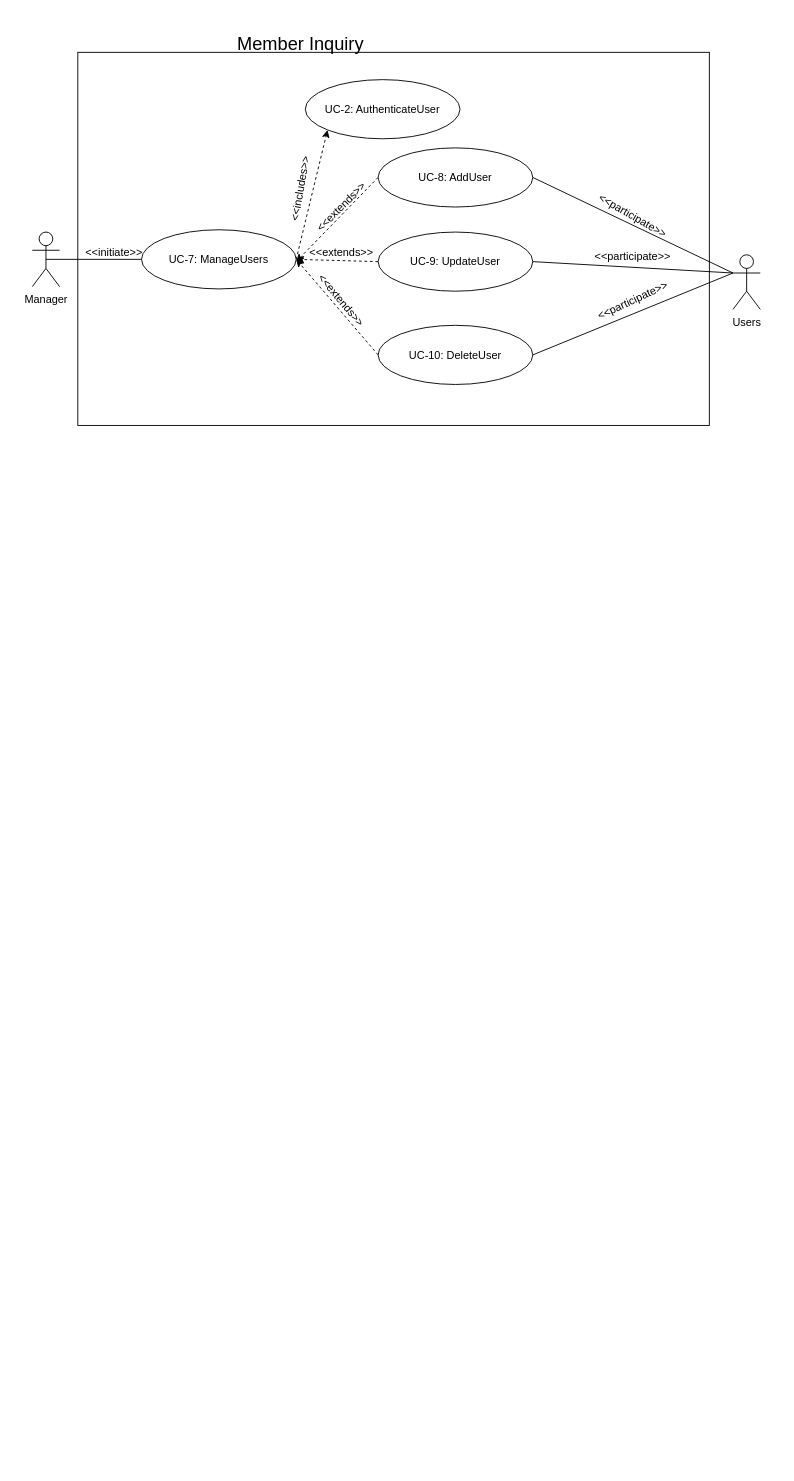
Earlier version of the draw.io diagram docs/SubgroupB_management/usecase/usecaseuml.drawio (cau-sw-engineering-2021/online-pizza-ordering-system). Source tidied: cells renumbered, new cells numbered last; positions are measured from the earlier drawing's top-left corner, leaving out a move shared by most shapes. Both pictures are drawn from the tidied source at 91%, with x=0, y=0 at pixel (32, 15).
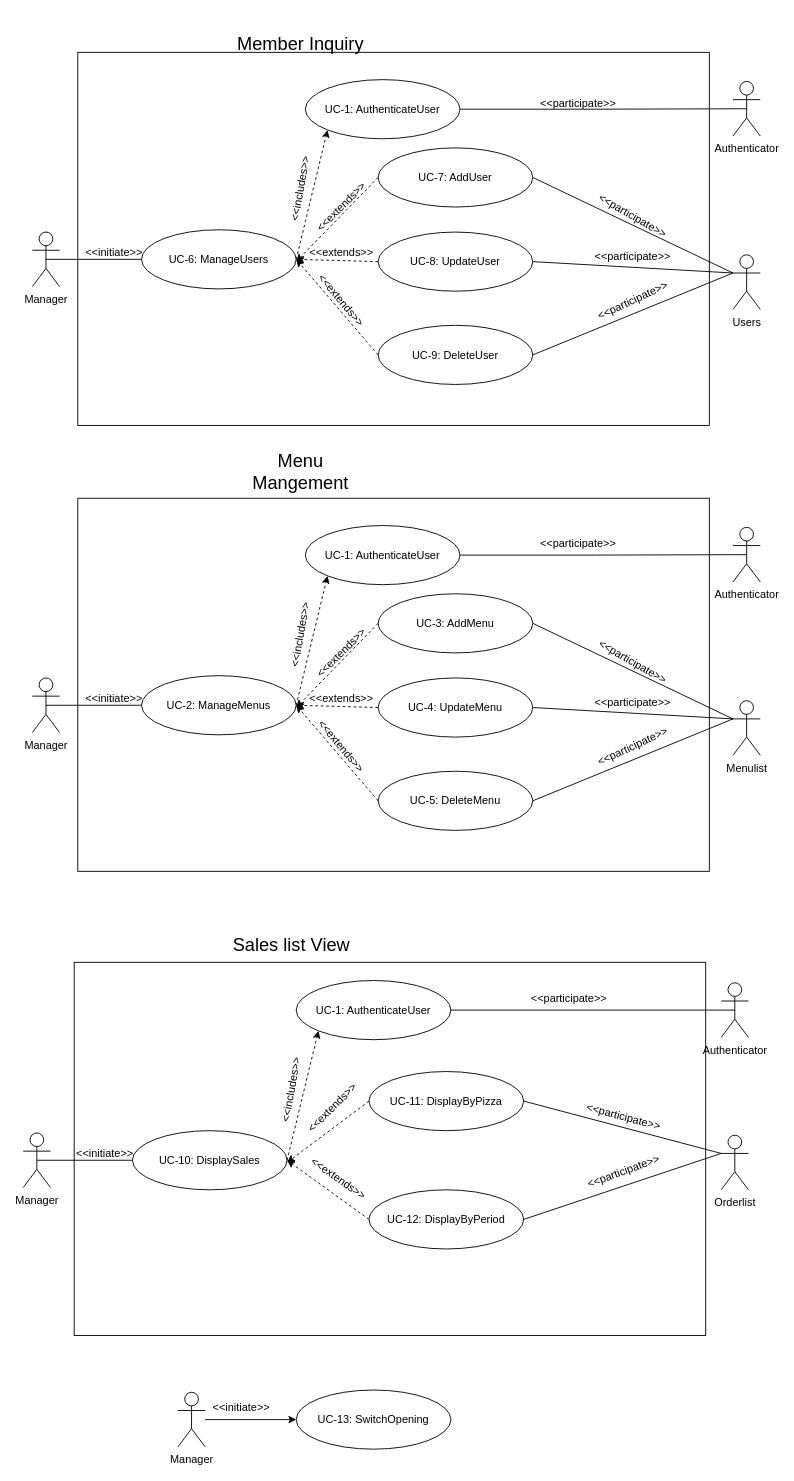
After the change.

Commit message (it also covers changes not shown here):
Update Use case number and merge files

Diff of the diagram source:
```diff
@@
-    <mxCell id="6" value="UC-7: ManageUsers" style="ellipse;whiteSpace=wrap;html=1;" parent="1" vertex="1">
+    <mxCell id="6" value="UC-6: ManageUsers" style="ellipse;whiteSpace=wrap;html=1;" parent="1" vertex="1">
       <mxGeometry x="120" y="235" width="170" height="65" as="geometry" />
     </mxCell>
+    <mxCell id="27" style="edgeStyle=orthogonalEdgeStyle;rounded=0;jettySize=auto;html=1;exitX=1;exitY=0.5;exitDx=0;exitDy=0;entryX=0.5;entryY=0.5;entryDx=0;entryDy=0;entryPerimeter=0;endArrow=none;endFill=0;" parent="1" edge="1" source="7" target="28">
+      <mxGeometry relative="1" as="geometry" />
+    </mxCell>
-    <mxCell id="7" value="UC-2: AuthenticateUser" style="ellipse;whiteSpace=wrap;html=1;" parent="1" vertex="1">
+    <mxCell id="7" value="UC-1: AuthenticateUser" style="ellipse;whiteSpace=wrap;html=1;" parent="1" vertex="1">
       <mxGeometry x="300" y="70" width="170" height="65" as="geometry" />
     </mxCell>
-    <mxCell id="8" value="UC-8: AddUser" style="ellipse;whiteSpace=wrap;html=1;" parent="1" vertex="1">
+    <mxCell id="8" value="UC-7: AddUser" style="ellipse;whiteSpace=wrap;html=1;" parent="1" vertex="1">
       <mxGeometry x="380" y="145" width="170" height="65" as="geometry" />
     </mxCell>
-    <mxCell id="9" value="UC-9: UpdateUser" style="ellipse;whiteSpace=wrap;html=1;" parent="1" vertex="1">
+    <mxCell id="9" value="UC-8: UpdateUser" style="ellipse;whiteSpace=wrap;html=1;" parent="1" vertex="1">
       <mxGeometry x="380" y="237.5" width="170" height="65" as="geometry" />
     </mxCell>
-    <mxCell id="10" value="UC-10: DeleteUser" style="ellipse;whiteSpace=wrap;html=1;" parent="1" vertex="1">
+    <mxCell id="10" value="UC-9: DeleteUser" style="ellipse;whiteSpace=wrap;html=1;" parent="1" vertex="1">
       <mxGeometry x="380" y="340" width="170" height="65" as="geometry" />
     </mxCell>
@@
+    <mxCell id="28" value="Authenticator" style="shape=umlActor;verticalLabelPosition=bottom;verticalAlign=top;html=1;outlineConnect=0;" parent="1" vertex="1">
+      <mxGeometry x="770" y="72" width="30" height="60" as="geometry" />
+    </mxCell>
+    <mxCell id="29" value="&amp;lt;&amp;lt;participate&amp;gt;&amp;gt;" style="text;html=1;strokeColor=none;fillColor=none;align=center;verticalAlign=middle;whiteSpace=wrap;rounded=0;rotation=0;" parent="1" vertex="1">
+      <mxGeometry x="580" y="87" width="40" height="20" as="geometry" />
+    </mxCell>
+    <mxCell id="30" value="Manager" style="shape=umlActor;verticalLabelPosition=bottom;verticalAlign=top;html=1;outlineConnect=0;" parent="1" vertex="1">
+      <mxGeometry y="727.5" width="30" height="60" as="geometry" />
+    </mxCell>
+    <mxCell id="31" value="Menulist" style="shape=umlActor;verticalLabelPosition=bottom;verticalAlign=top;html=1;outlineConnect=0;" parent="1" vertex="1">
+      <mxGeometry x="770" y="752.5" width="30" height="60" as="geometry" />
+    </mxCell>
+    <mxCell id="32" style="rounded=0;whiteSpace=wrap;html=1;" parent="1" vertex="1">
+      <mxGeometry x="50" y="530" width="694" height="410" as="geometry" />
+    </mxCell>
+    <mxCell id="33" value="&lt;span style=&quot;font-size: 20px&quot;&gt;Menu Mangement&lt;/span&gt;" style="text;html=1;strokeColor=none;fillColor=none;align=center;verticalAlign=middle;whiteSpace=wrap;rounded=0;" parent="1" vertex="1">
+      <mxGeometry x="220" y="470" width="150" height="60" as="geometry" />
+    </mxCell>
+    <mxCell id="34" value="UC-2: ManageMenus" style="ellipse;whiteSpace=wrap;html=1;" parent="1" vertex="1">
+      <mxGeometry x="120" y="725" width="170" height="65" as="geometry" />
+    </mxCell>
+    <mxCell id="35" style="edgeStyle=orthogonalEdgeStyle;rounded=0;jettySize=auto;html=1;exitX=1;exitY=0.5;exitDx=0;exitDy=0;entryX=0.5;entryY=0.5;entryDx=0;entryDy=0;entryPerimeter=0;endArrow=none;endFill=0;" parent="1" edge="1" source="36" target="56">
+      <mxGeometry relative="1" as="geometry" />
+    </mxCell>
+    <mxCell id="36" value="UC-1: AuthenticateUser" style="ellipse;whiteSpace=wrap;html=1;" parent="1" vertex="1">
+      <mxGeometry x="300" y="560" width="170" height="65" as="geometry" />
+    </mxCell>
+    <mxCell id="37" value="UC-3: AddMenu" style="ellipse;whiteSpace=wrap;html=1;" parent="1" vertex="1">
+      <mxGeometry x="380" y="635" width="170" height="65" as="geometry" />
+    </mxCell>
+    <mxCell id="38" value="UC-4: UpdateMenu" style="ellipse;whiteSpace=wrap;html=1;" parent="1" vertex="1">
+      <mxGeometry x="380" y="727.5" width="170" height="65" as="geometry" />
+    </mxCell>
+    <mxCell id="39" value="UC-5: DeleteMenu" style="ellipse;whiteSpace=wrap;html=1;" parent="1" vertex="1">
+      <mxGeometry x="380" y="830" width="170" height="65" as="geometry" />
+    </mxCell>
+    <mxCell id="40" style="endArrow=classic;html=1;exitX=1;exitY=0.5;exitDx=0;exitDy=0;entryX=0;entryY=1;entryDx=0;entryDy=0;dashed=1;" parent="1" edge="1" source="34" target="36">
+      <mxGeometry relative="1" as="geometry" />
+    </mxCell>
+    <mxCell id="41" style="endArrow=classic;html=1;dashed=1;exitX=0;exitY=0.5;exitDx=0;exitDy=0;" parent="1" edge="1" source="37">
+      <mxGeometry relative="1" as="geometry">
+        <mxPoint x="290" y="760" as="targetPoint" />
+      </mxGeometry>
+    </mxCell>
+    <mxCell id="42" style="endArrow=classic;html=1;dashed=1;exitX=0;exitY=0.5;exitDx=0;exitDy=0;entryX=1;entryY=0.5;entryDx=0;entryDy=0;" parent="1" edge="1" source="38" target="34">
+      <mxGeometry relative="1" as="geometry" />
+    </mxCell>
+    <mxCell id="43" style="endArrow=classic;html=1;dashed=1;exitX=0;exitY=0.5;exitDx=0;exitDy=0;entryX=1;entryY=0.5;entryDx=0;entryDy=0;" parent="1" edge="1" source="39" target="34">
+      <mxGeometry relative="1" as="geometry" />
+    </mxCell>
+    <mxCell id="44" style="endArrow=none;html=1;exitX=1;exitY=0.5;exitDx=0;exitDy=0;entryX=0;entryY=0.3333333333333333;entryDx=0;entryDy=0;entryPerimeter=0;" parent="1" edge="1" source="37" target="31">
+      <mxGeometry relative="1" as="geometry" />
+    </mxCell>
+    <mxCell id="45" style="endArrow=none;html=1;exitX=1;exitY=0.5;exitDx=0;exitDy=0;entryX=0;entryY=0.3333333333333333;entryDx=0;entryDy=0;entryPerimeter=0;" parent="1" edge="1" source="38" target="31">
+      <mxGeometry relative="1" as="geometry" />
+    </mxCell>
+    <mxCell id="46" style="endArrow=none;html=1;exitX=1;exitY=0.5;exitDx=0;exitDy=0;entryX=0;entryY=0.3333333333333333;entryDx=0;entryDy=0;entryPerimeter=0;" parent="1" edge="1" source="39" target="31">
+      <mxGeometry relative="1" as="geometry" />
+    </mxCell>
+    <mxCell id="47" style="endArrow=none;html=1;exitX=0;exitY=0.5;exitDx=0;exitDy=0;entryX=0.5;entryY=0.5;entryDx=0;entryDy=0;entryPerimeter=0;" parent="1" edge="1" source="34" target="30">
+      <mxGeometry relative="1" as="geometry" />
+    </mxCell>
+    <mxCell id="48" value="&amp;lt;&amp;lt;initiate&amp;gt;&amp;gt;" style="text;html=1;strokeColor=none;fillColor=none;align=center;verticalAlign=middle;whiteSpace=wrap;rounded=0;" parent="1" vertex="1">
+      <mxGeometry x="70" y="740" width="40" height="20" as="geometry" />
+    </mxCell>
+    <mxCell id="49" value="&amp;lt;&amp;lt;participate&amp;gt;&amp;gt;" style="text;html=1;strokeColor=none;fillColor=none;align=center;verticalAlign=middle;whiteSpace=wrap;rounded=0;rotation=30;" parent="1" vertex="1">
+      <mxGeometry x="640" y="700" width="40" height="20" as="geometry" />
+    </mxCell>
+    <mxCell id="50" value="&amp;lt;&amp;lt;participate&amp;gt;&amp;gt;" style="text;html=1;strokeColor=none;fillColor=none;align=center;verticalAlign=middle;whiteSpace=wrap;rounded=0;" parent="1" vertex="1">
+      <mxGeometry x="640" y="745" width="40" height="20" as="geometry" />
+    </mxCell>
+    <mxCell id="51" value="&amp;lt;&amp;lt;participate&amp;gt;&amp;gt;" style="text;html=1;strokeColor=none;fillColor=none;align=center;verticalAlign=middle;whiteSpace=wrap;rounded=0;rotation=-25;" parent="1" vertex="1">
+      <mxGeometry x="640" y="792.5" width="40" height="20" as="geometry" />
+    </mxCell>
+    <mxCell id="52" value="&amp;lt;&amp;lt;includes&amp;gt;&amp;gt;" style="text;html=1;strokeColor=none;fillColor=none;align=center;verticalAlign=middle;whiteSpace=wrap;rounded=0;rotation=-80;" parent="1" vertex="1">
+      <mxGeometry x="275" y="670" width="40" height="20" as="geometry" />
+    </mxCell>
+    <mxCell id="53" value="&amp;lt;&amp;lt;extends&amp;gt;&amp;gt;" style="text;html=1;strokeColor=none;fillColor=none;align=center;verticalAlign=middle;whiteSpace=wrap;rounded=0;rotation=-45;" parent="1" vertex="1">
+      <mxGeometry x="320" y="690" width="40" height="20" as="geometry" />
+    </mxCell>
+    <mxCell id="54" value="&amp;lt;&amp;lt;extends&amp;gt;&amp;gt;" style="text;html=1;strokeColor=none;fillColor=none;align=center;verticalAlign=middle;whiteSpace=wrap;rounded=0;" parent="1" vertex="1">
+      <mxGeometry x="320" y="740" width="40" height="20" as="geometry" />
+    </mxCell>
+    <mxCell id="55" value="&amp;lt;&amp;lt;extends&amp;gt;&amp;gt;" style="text;html=1;strokeColor=none;fillColor=none;align=center;verticalAlign=middle;whiteSpace=wrap;rounded=0;rotation=50;" parent="1" vertex="1">
+      <mxGeometry x="320" y="792.5" width="40" height="20" as="geometry" />
+    </mxCell>
+    <mxCell id="56" value="Authenticator" style="shape=umlActor;verticalLabelPosition=bottom;verticalAlign=top;html=1;outlineConnect=0;" parent="1" vertex="1">
+      <mxGeometry x="770" y="562" width="30" height="60" as="geometry" />
+    </mxCell>
+    <mxCell id="57" value="&amp;lt;&amp;lt;participate&amp;gt;&amp;gt;" style="text;html=1;strokeColor=none;fillColor=none;align=center;verticalAlign=middle;whiteSpace=wrap;rounded=0;rotation=0;" parent="1" vertex="1">
+      <mxGeometry x="580" y="570" width="40" height="20" as="geometry" />
+    </mxCell>
+    <mxCell id="58" value="Manager" style="shape=umlActor;verticalLabelPosition=bottom;verticalAlign=top;html=1;outlineConnect=0;" parent="1" vertex="1">
+      <mxGeometry x="-10" y="1227.5" width="30" height="60" as="geometry" />
+    </mxCell>
+    <mxCell id="59" value="Orderlist" style="shape=umlActor;verticalLabelPosition=bottom;verticalAlign=top;html=1;outlineConnect=0;" parent="1" vertex="1">
+      <mxGeometry x="757" y="1230" width="30" height="60" as="geometry" />
+    </mxCell>
+    <mxCell id="60" style="rounded=0;whiteSpace=wrap;html=1;" parent="1" vertex="1">
+      <mxGeometry x="46" y="1040" width="694" height="410" as="geometry" />
+    </mxCell>
+    <mxCell id="61" value="&lt;span style=&quot;font-size: 20px&quot;&gt;Sales list View&lt;/span&gt;" style="text;html=1;strokeColor=none;fillColor=none;align=center;verticalAlign=middle;whiteSpace=wrap;rounded=0;" parent="1" vertex="1">
+      <mxGeometry x="210" y="990" width="150" height="60" as="geometry" />
+    </mxCell>
+    <mxCell id="62" value="UC-10: DisplaySales" style="ellipse;whiteSpace=wrap;html=1;" parent="1" vertex="1">
+      <mxGeometry x="110" y="1225" width="170" height="65" as="geometry" />
+    </mxCell>
+    <mxCell id="63" style="edgeStyle=orthogonalEdgeStyle;rounded=0;jettySize=auto;html=1;exitX=1;exitY=0.5;exitDx=0;exitDy=0;entryX=0.5;entryY=0.5;entryDx=0;entryDy=0;entryPerimeter=0;endArrow=none;endFill=0;" parent="1" edge="1" source="64" target="79">
+      <mxGeometry relative="1" as="geometry" />
+    </mxCell>
+    <mxCell id="64" value="UC-1: AuthenticateUser" style="ellipse;whiteSpace=wrap;html=1;" parent="1" vertex="1">
+      <mxGeometry x="290" y="1060" width="170" height="65" as="geometry" />
+    </mxCell>
+    <mxCell id="65" value="UC-11: DisplayByPizza" style="ellipse;whiteSpace=wrap;html=1;" parent="1" vertex="1">
+      <mxGeometry x="370" y="1160" width="170" height="65" as="geometry" />
+    </mxCell>
+    <mxCell id="66" value="UC-12: DisplayByPeriod" style="ellipse;whiteSpace=wrap;html=1;" parent="1" vertex="1">
+      <mxGeometry x="370" y="1290" width="170" height="65" as="geometry" />
+    </mxCell>
+    <mxCell id="67" style="endArrow=classic;html=1;exitX=1;exitY=0.5;exitDx=0;exitDy=0;entryX=0;entryY=1;entryDx=0;entryDy=0;dashed=1;" parent="1" edge="1" source="62" target="64">
+      <mxGeometry relative="1" as="geometry" />
+    </mxCell>
+    <mxCell id="68" style="endArrow=classic;html=1;dashed=1;exitX=0;exitY=0.5;exitDx=0;exitDy=0;" parent="1" edge="1" source="65">
+      <mxGeometry relative="1" as="geometry">
+        <mxPoint x="280" y="1260" as="targetPoint" />
+      </mxGeometry>
+    </mxCell>
+    <mxCell id="69" style="endArrow=classic;html=1;dashed=1;exitX=0;exitY=0.5;exitDx=0;exitDy=0;entryX=1;entryY=0.5;entryDx=0;entryDy=0;" parent="1" edge="1" source="66" target="62">
+      <mxGeometry relative="1" as="geometry" />
+    </mxCell>
+    <mxCell id="70" style="endArrow=none;html=1;exitX=1;exitY=0.5;exitDx=0;exitDy=0;entryX=0;entryY=0.3333333333333333;entryDx=0;entryDy=0;entryPerimeter=0;" parent="1" edge="1" source="65" target="59">
+      <mxGeometry relative="1" as="geometry" />
+    </mxCell>
+    <mxCell id="71" style="endArrow=none;html=1;exitX=1;exitY=0.5;exitDx=0;exitDy=0;entryX=0;entryY=0.3333333333333333;entryDx=0;entryDy=0;entryPerimeter=0;" parent="1" edge="1" source="66" target="59">
+      <mxGeometry relative="1" as="geometry" />
+    </mxCell>
+    <mxCell id="72" style="endArrow=none;html=1;exitX=0;exitY=0.5;exitDx=0;exitDy=0;entryX=0.5;entryY=0.5;entryDx=0;entryDy=0;entryPerimeter=0;" parent="1" edge="1" source="62" target="58">
+      <mxGeometry relative="1" as="geometry" />
+    </mxCell>
+    <mxCell id="73" value="&amp;lt;&amp;lt;initiate&amp;gt;&amp;gt;" style="text;html=1;strokeColor=none;fillColor=none;align=center;verticalAlign=middle;whiteSpace=wrap;rounded=0;" parent="1" vertex="1">
+      <mxGeometry x="60" y="1240" width="40" height="20" as="geometry" />
+    </mxCell>
+    <mxCell id="74" value="&amp;lt;&amp;lt;participate&amp;gt;&amp;gt;" style="text;html=1;strokeColor=none;fillColor=none;align=center;verticalAlign=middle;whiteSpace=wrap;rounded=0;rotation=15;" parent="1" vertex="1">
+      <mxGeometry x="630" y="1200" width="40" height="20" as="geometry" />
+    </mxCell>
+    <mxCell id="75" value="&amp;lt;&amp;lt;participate&amp;gt;&amp;gt;" style="text;html=1;strokeColor=none;fillColor=none;align=center;verticalAlign=middle;whiteSpace=wrap;rounded=0;rotation=-20;" parent="1" vertex="1">
+      <mxGeometry x="630" y="1260" width="40" height="20" as="geometry" />
+    </mxCell>
+    <mxCell id="76" value="&amp;lt;&amp;lt;includes&amp;gt;&amp;gt;" style="text;html=1;strokeColor=none;fillColor=none;align=center;verticalAlign=middle;whiteSpace=wrap;rounded=0;rotation=-80;" parent="1" vertex="1">
+      <mxGeometry x="265" y="1170" width="40" height="20" as="geometry" />
+    </mxCell>
+    <mxCell id="77" value="&amp;lt;&amp;lt;extends&amp;gt;&amp;gt;" style="text;html=1;strokeColor=none;fillColor=none;align=center;verticalAlign=middle;whiteSpace=wrap;rounded=0;rotation=-45;" parent="1" vertex="1">
+      <mxGeometry x="310" y="1190" width="40" height="20" as="geometry" />
+    </mxCell>
+    <mxCell id="78" value="&amp;lt;&amp;lt;extends&amp;gt;&amp;gt;" style="text;html=1;strokeColor=none;fillColor=none;align=center;verticalAlign=middle;whiteSpace=wrap;rounded=0;rotation=35;" parent="1" vertex="1">
+      <mxGeometry x="317" y="1267.5" width="40" height="20" as="geometry" />
+    </mxCell>
+    <mxCell id="79" value="Authenticator" style="shape=umlActor;verticalLabelPosition=bottom;verticalAlign=top;html=1;outlineConnect=0;" parent="1" vertex="1">
+      <mxGeometry x="757" y="1062.5" width="30" height="60" as="geometry" />
+    </mxCell>
+    <mxCell id="80" value="&amp;lt;&amp;lt;participate&amp;gt;&amp;gt;" style="text;html=1;strokeColor=none;fillColor=none;align=center;verticalAlign=middle;whiteSpace=wrap;rounded=0;rotation=0;" parent="1" vertex="1">
+      <mxGeometry x="570" y="1070" width="40" height="20" as="geometry" />
+    </mxCell>
+    <mxCell id="81" value="UC-13: SwitchOpening" style="ellipse;whiteSpace=wrap;html=1;" parent="1" vertex="1">
+      <mxGeometry x="290" y="1510" width="170" height="65" as="geometry" />
+    </mxCell>
+    <mxCell id="82" style="edgeStyle=orthogonalEdgeStyle;rounded=0;jettySize=auto;html=1;entryX=0;entryY=0.5;entryDx=0;entryDy=0;" parent="1" edge="1" source="83" target="81">
+      <mxGeometry relative="1" as="geometry" />
+    </mxCell>
+    <mxCell id="83" value="Manager" style="shape=umlActor;verticalLabelPosition=bottom;verticalAlign=top;html=1;outlineConnect=0;" parent="1" vertex="1">
+      <mxGeometry x="160" y="1512.5" width="30" height="60" as="geometry" />
+    </mxCell>
+    <mxCell id="84" value="&amp;lt;&amp;lt;initiate&amp;gt;&amp;gt;" style="text;html=1;strokeColor=none;fillColor=none;align=center;verticalAlign=middle;whiteSpace=wrap;rounded=0;" parent="1" vertex="1">
+      <mxGeometry x="210" y="1520" width="40" height="20" as="geometry" />
+    </mxCell>
```
